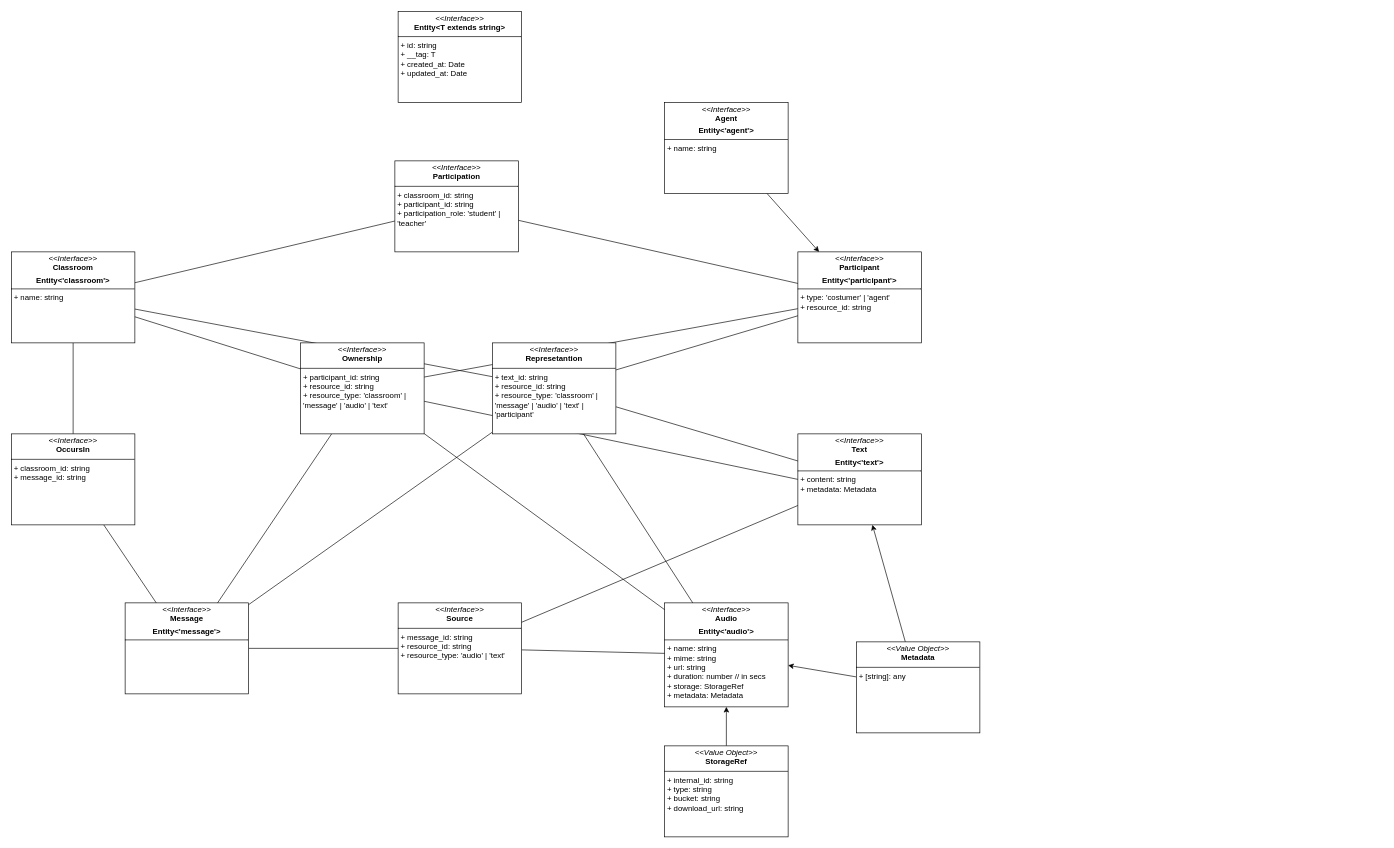
The draw.io diagram docs/database.models.drawio in yagomarinho/davna, before the edit. Source tidied: cells renumbered, new cells numbered last; positions are measured from the earlier drawing's top-left corner, leaving out a move shared by most shapes. Both pictures are drawn from the tidied source at 65%, with x=0, y=0 at pixel (11, 11).
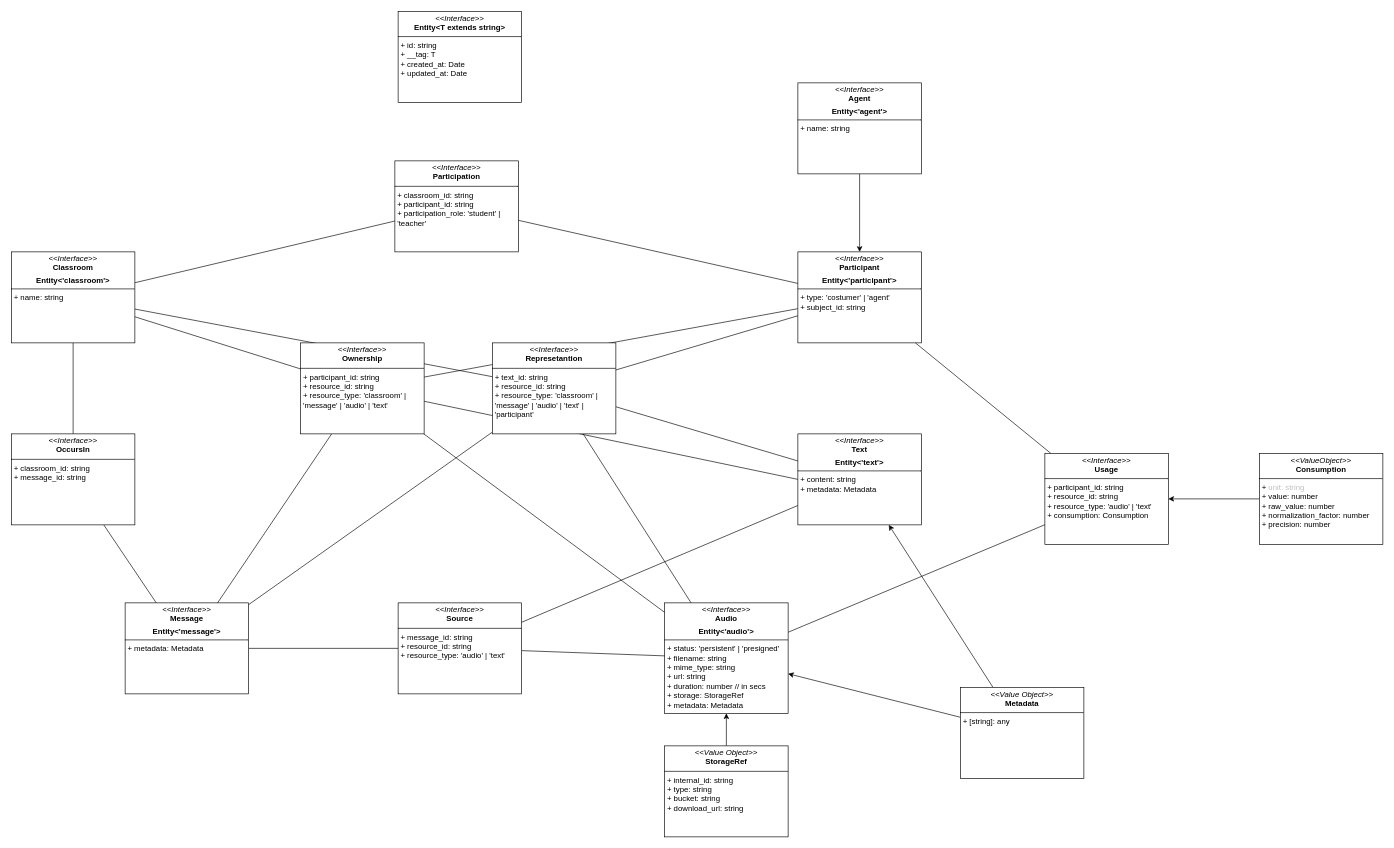
The same page after the edit.

Change to the diagram source:
```diff
@@
-    <mxCell id="8" value="&lt;p style=&quot;margin:0px;margin-top:4px;text-align:center;&quot;&gt;&lt;i&gt;&amp;lt;&amp;lt;Interface&amp;gt;&amp;gt;&lt;/i&gt;&lt;br&gt;&lt;b&gt;Participant&lt;/b&gt;&lt;/p&gt;&lt;p style=&quot;margin:0px;margin-top:4px;text-align:center;&quot;&gt;&lt;b&gt;Entity&amp;lt;'participant'&amp;gt;&lt;/b&gt;&lt;/p&gt;&lt;hr size=&quot;1&quot; style=&quot;border-style:solid;&quot;&gt;&lt;p style=&quot;margin:0px;margin-left:4px;&quot;&gt;+ type: 'costumer' | 'agent'&lt;/p&gt;&lt;p style=&quot;margin:0px;margin-left:4px;&quot;&gt;+ resource_id: string&lt;/p&gt;" style="verticalAlign=top;align=left;overflow=fill;html=1;whiteSpace=wrap;" parent="1" vertex="1">
+    <mxCell id="8" value="&lt;p style=&quot;margin:0px;margin-top:4px;text-align:center;&quot;&gt;&lt;i&gt;&amp;lt;&amp;lt;Interface&amp;gt;&amp;gt;&lt;/i&gt;&lt;br&gt;&lt;b&gt;Participant&lt;/b&gt;&lt;/p&gt;&lt;p style=&quot;margin:0px;margin-top:4px;text-align:center;&quot;&gt;&lt;b&gt;Entity&amp;lt;'participant'&amp;gt;&lt;/b&gt;&lt;/p&gt;&lt;hr size=&quot;1&quot; style=&quot;border-style:solid;&quot;&gt;&lt;p style=&quot;margin:0px;margin-left:4px;&quot;&gt;+ type: 'costumer' | 'agent'&lt;/p&gt;&lt;p style=&quot;margin:0px;margin-left:4px;&quot;&gt;+ subject_id: string&lt;/p&gt;" style="verticalAlign=top;align=left;overflow=fill;html=1;whiteSpace=wrap;" parent="1" vertex="1">
       <mxGeometry x="1210" y="370" width="190" height="140" as="geometry" />
     </mxCell>
@@
-    <mxCell id="12" value="&lt;p style=&quot;margin:0px;margin-top:4px;text-align:center;&quot;&gt;&lt;i&gt;&amp;lt;&amp;lt;Interface&amp;gt;&amp;gt;&lt;/i&gt;&lt;br&gt;&lt;b&gt;Message&lt;/b&gt;&lt;/p&gt;&lt;p style=&quot;margin:0px;margin-top:4px;text-align:center;&quot;&gt;&lt;b&gt;Entity&amp;lt;'message'&amp;gt;&lt;/b&gt;&lt;/p&gt;&lt;hr size=&quot;1&quot; style=&quot;border-style:solid;&quot;&gt;&lt;p style=&quot;margin:0px;margin-left:4px;&quot;&gt;&lt;br&gt;&lt;/p&gt;" style="verticalAlign=top;align=left;overflow=fill;html=1;whiteSpace=wrap;" parent="1" vertex="1">
+    <mxCell id="12" value="&lt;p style=&quot;margin:0px;margin-top:4px;text-align:center;&quot;&gt;&lt;i&gt;&amp;lt;&amp;lt;Interface&amp;gt;&amp;gt;&lt;/i&gt;&lt;br&gt;&lt;b&gt;Message&lt;/b&gt;&lt;/p&gt;&lt;p style=&quot;margin:0px;margin-top:4px;text-align:center;&quot;&gt;&lt;b&gt;Entity&amp;lt;'message'&amp;gt;&lt;/b&gt;&lt;/p&gt;&lt;hr size=&quot;1&quot; style=&quot;border-style:solid;&quot;&gt;&lt;p style=&quot;margin:0px;margin-left:4px;&quot;&gt;+ metadata: Metadata&lt;/p&gt;" style="verticalAlign=top;align=left;overflow=fill;html=1;whiteSpace=wrap;" parent="1" vertex="1">
       <mxGeometry x="175" y="910" width="190" height="140" as="geometry" />
     </mxCell>
@@
+    <mxCell id="37" style="edgeStyle=none;html=1;endArrow=none;endFill=0;" parent="1" edge="1" source="15" target="39">
+      <mxGeometry relative="1" as="geometry" />
+    </mxCell>
-    <mxCell id="15" value="&lt;p style=&quot;margin:0px;margin-top:4px;text-align:center;&quot;&gt;&lt;i&gt;&amp;lt;&amp;lt;Interface&amp;gt;&amp;gt;&lt;/i&gt;&lt;br&gt;&lt;b&gt;Audio&lt;/b&gt;&lt;/p&gt;&lt;p style=&quot;margin:0px;margin-top:4px;text-align:center;&quot;&gt;&lt;b&gt;Entity&amp;lt;'audio'&amp;gt;&lt;/b&gt;&lt;/p&gt;&lt;hr size=&quot;1&quot; style=&quot;border-style:solid;&quot;&gt;&lt;p style=&quot;margin:0px;margin-left:4px;&quot;&gt;+ name: string&lt;/p&gt;&lt;p style=&quot;margin:0px;margin-left:4px;&quot;&gt;+ mime: string&lt;/p&gt;&lt;p style=&quot;margin:0px;margin-left:4px;&quot;&gt;&lt;span&gt;&lt;font style=&quot;color: light-dark(rgb(0, 0, 0), rgb(255, 255, 255));&quot;&gt;+ url: string&lt;/font&gt;&lt;/span&gt;&lt;/p&gt;&lt;p style=&quot;margin:0px;margin-left:4px;&quot;&gt;&lt;span style=&quot;color: rgb(192, 192, 192);&quot;&gt;&lt;font style=&quot;color: light-dark(rgb(0, 0, 0), rgb(255, 255, 255));&quot;&gt;+ duration: number // in secs&lt;/font&gt;&lt;/span&gt;&lt;/p&gt;&lt;p style=&quot;margin:0px;margin-left:4px;&quot;&gt;+ storage: StorageRef&lt;br&gt;+ metadata: Metadata&lt;/p&gt;" style="verticalAlign=top;align=left;overflow=fill;html=1;whiteSpace=wrap;" parent="1" vertex="1">
-      <mxGeometry x="1005" y="910" width="190" height="160" as="geometry" />
+    <mxCell id="15" value="&lt;p style=&quot;margin:0px;margin-top:4px;text-align:center;&quot;&gt;&lt;i&gt;&amp;lt;&amp;lt;Interface&amp;gt;&amp;gt;&lt;/i&gt;&lt;br&gt;&lt;b&gt;Audio&lt;/b&gt;&lt;/p&gt;&lt;p style=&quot;margin:0px;margin-top:4px;text-align:center;&quot;&gt;&lt;b&gt;Entity&amp;lt;'audio'&amp;gt;&lt;/b&gt;&lt;/p&gt;&lt;hr size=&quot;1&quot; style=&quot;border-style:solid;&quot;&gt;&lt;p style=&quot;margin:0px;margin-left:4px;&quot;&gt;+ status: 'persistent' | 'presigned'&lt;/p&gt;&lt;p style=&quot;margin:0px;margin-left:4px;&quot;&gt;+ filename: string&lt;/p&gt;&lt;p style=&quot;margin:0px;margin-left:4px;&quot;&gt;+ mime_type: string&lt;/p&gt;&lt;p style=&quot;margin:0px;margin-left:4px;&quot;&gt;&lt;span&gt;&lt;font style=&quot;color: light-dark(rgb(0, 0, 0), rgb(255, 255, 255));&quot;&gt;+ url: string&lt;/font&gt;&lt;/span&gt;&lt;/p&gt;&lt;p style=&quot;margin:0px;margin-left:4px;&quot;&gt;&lt;span style=&quot;color: rgb(192, 192, 192);&quot;&gt;&lt;font style=&quot;color: light-dark(rgb(0, 0, 0), rgb(255, 255, 255));&quot;&gt;+ duration: number // in secs&lt;/font&gt;&lt;/span&gt;&lt;/p&gt;&lt;p style=&quot;margin:0px;margin-left:4px;&quot;&gt;+ storage: StorageRef&lt;br&gt;+ metadata: Metadata&lt;/p&gt;" style="verticalAlign=top;align=left;overflow=fill;html=1;whiteSpace=wrap;" parent="1" vertex="1">
+      <mxGeometry x="1005" y="910" width="190" height="170" as="geometry" />
     </mxCell>
@@
-    <mxCell id="34" value="&lt;p style=&quot;margin:0px;margin-top:4px;text-align:center;&quot;&gt;&lt;i&gt;&amp;lt;&amp;lt;Value Object&amp;gt;&amp;gt;&lt;/i&gt;&lt;br&gt;&lt;b&gt;Metadata&lt;/b&gt;&lt;/p&gt;&lt;hr size=&quot;1&quot; style=&quot;border-style:solid;&quot;&gt;&lt;p style=&quot;margin:0px;margin-left:4px;&quot;&gt;&lt;span&gt;&lt;font style=&quot;color: light-dark(rgb(0, 0, 0), rgb(255, 255, 255));&quot;&gt;+ [string]: any&lt;/font&gt;&lt;/span&gt;&lt;/p&gt;" style="verticalAlign=top;align=left;overflow=fill;html=1;whiteSpace=wrap;" parent="1" vertex="1">
-      <mxGeometry x="1300" y="970" width="190" height="140" as="geometry" />
+    <mxCell id="34" value="&lt;p style=&quot;margin:0px;margin-top:4px;text-align:center;&quot;&gt;&lt;i&gt;&amp;lt;&amp;lt;Value Object&amp;gt;&amp;gt;&lt;/i&gt;&lt;br&gt;&lt;b&gt;Metadata&lt;/b&gt;&lt;/p&gt;&lt;hr size=&quot;1&quot; style=&quot;border-style:solid;&quot;&gt;&lt;p style=&quot;margin:0px;margin-left:4px;&quot;&gt;&lt;span style=&quot;background-color: transparent;&quot;&gt;+ [string]: any&lt;/span&gt;&lt;/p&gt;" style="verticalAlign=top;align=left;overflow=fill;html=1;whiteSpace=wrap;" parent="1" vertex="1">
+      <mxGeometry x="1460" y="1040" width="190" height="140" as="geometry" />
     </mxCell>
@@
     <mxCell id="36" value="&lt;p style=&quot;margin:0px;margin-top:4px;text-align:center;&quot;&gt;&lt;i&gt;&amp;lt;&amp;lt;Interface&amp;gt;&amp;gt;&lt;/i&gt;&lt;br&gt;&lt;b&gt;Agent&lt;/b&gt;&lt;/p&gt;&lt;p style=&quot;margin:0px;margin-top:4px;text-align:center;&quot;&gt;&lt;b&gt;Entity&amp;lt;'agent'&amp;gt;&lt;/b&gt;&lt;/p&gt;&lt;hr size=&quot;1&quot; style=&quot;border-style:solid;&quot;&gt;&lt;p style=&quot;margin:0px;margin-left:4px;&quot;&gt;+ name: string&lt;/p&gt;" style="verticalAlign=top;align=left;overflow=fill;html=1;whiteSpace=wrap;" parent="1" vertex="1">
-      <mxGeometry x="1005" y="140" width="190" height="140" as="geometry" />
+      <mxGeometry x="1210" y="110" width="190" height="140" as="geometry" />
     </mxCell>
+    <mxCell id="38" style="edgeStyle=none;html=1;endArrow=none;endFill=0;" parent="1" edge="1" source="39" target="8">
+      <mxGeometry relative="1" as="geometry" />
+    </mxCell>
+    <mxCell id="39" value="&lt;p style=&quot;margin:0px;margin-top:4px;text-align:center;&quot;&gt;&lt;i&gt;&amp;lt;&amp;lt;Interface&amp;gt;&amp;gt;&lt;/i&gt;&lt;br&gt;&lt;b&gt;Usage&lt;/b&gt;&lt;/p&gt;&lt;hr size=&quot;1&quot; style=&quot;border-style:solid;&quot;&gt;&lt;p style=&quot;margin:0px;margin-left:4px;&quot;&gt;+ participant_id: string&lt;/p&gt;&lt;p style=&quot;margin:0px;margin-left:4px;&quot;&gt;+ resource_id: string&lt;/p&gt;&lt;p style=&quot;margin:0px;margin-left:4px;&quot;&gt;+ resource_type: 'audio' | 'text'&lt;/p&gt;&lt;p style=&quot;margin:0px;margin-left:4px;&quot;&gt;+ consumption: Consumption&lt;/p&gt;" style="verticalAlign=top;align=left;overflow=fill;html=1;whiteSpace=wrap;" parent="1" vertex="1">
+      <mxGeometry x="1590" y="680" width="190" height="140" as="geometry" />
+    </mxCell>
+    <mxCell id="40" style="edgeStyle=none;html=1;entryX=1;entryY=0.5;entryDx=0;entryDy=0;" parent="1" edge="1" source="41" target="39">
+      <mxGeometry relative="1" as="geometry" />
+    </mxCell>
+    <mxCell id="41" value="&lt;p style=&quot;margin:0px;margin-top:4px;text-align:center;&quot;&gt;&lt;i&gt;&amp;lt;&amp;lt;ValueObject&amp;gt;&amp;gt;&lt;/i&gt;&lt;br&gt;&lt;b&gt;Consumption&lt;/b&gt;&lt;/p&gt;&lt;hr size=&quot;1&quot; style=&quot;border-style:solid;&quot;&gt;&lt;p style=&quot;margin:0px;margin-left:4px;&quot;&gt;+&amp;nbsp;&lt;span style=&quot;background-color: transparent;&quot;&gt;&lt;font style=&quot;color: light-dark(rgb(192, 192, 192), rgb(255, 255, 255));&quot;&gt;unit: string&lt;/font&gt;&lt;/span&gt;&lt;/p&gt;&lt;p style=&quot;margin:0px;margin-left:4px;&quot;&gt;+ value: number&lt;/p&gt;&lt;p style=&quot;margin:0px;margin-left:4px;&quot;&gt;+ raw_value: number&lt;/p&gt;&lt;p style=&quot;margin:0px;margin-left:4px;&quot;&gt;+ normalization_factor: number&lt;/p&gt;&lt;p style=&quot;margin:0px;margin-left:4px;&quot;&gt;+ precision: number&lt;/p&gt;" style="verticalAlign=top;align=left;overflow=fill;html=1;whiteSpace=wrap;" parent="1" vertex="1">
+      <mxGeometry x="1920" y="680" width="190" height="140" as="geometry" />
+    </mxCell>
```
